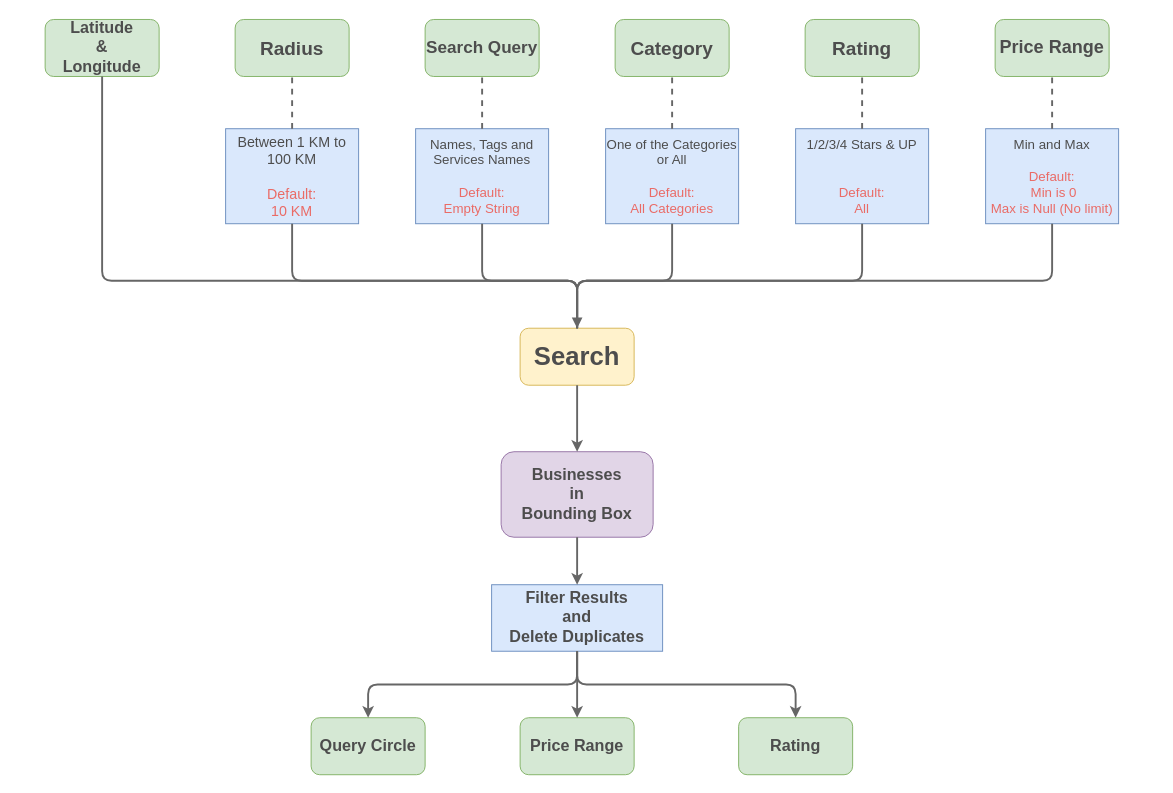
Above: Presentation/Diagrams/Search.drawio in mikimakmel/Simpliify (draw.io), before the change. Source tidied: cells renumbered, new cells numbered last; positions are measured from the earlier drawing's top-left corner, leaving out a move shared by most shapes. Both pictures are drawn from the tidied source at 95%, with x=0, y=0 at pixel (45, 19).
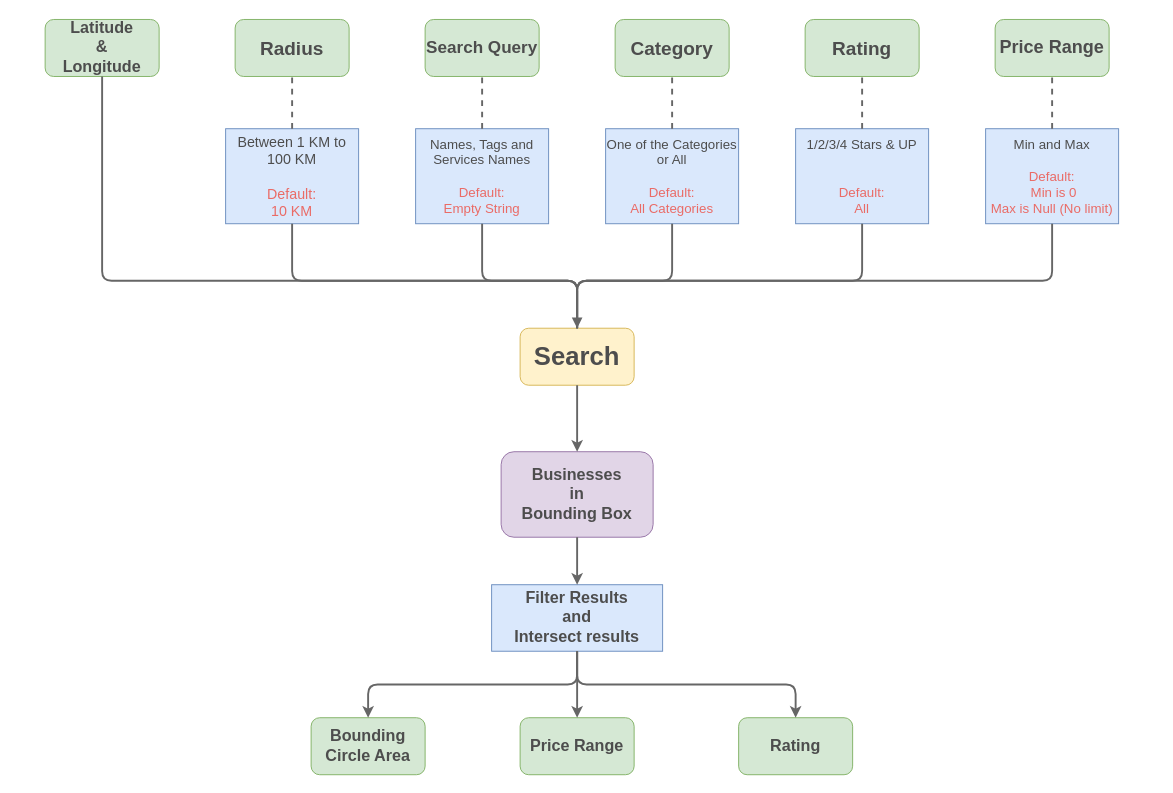
The same diagram, later.

Commit message (it also covers changes not shown here):
Diagrams cont.

What changed in the source:
```diff
@@
+    <mxCell id="35" style="rounded=0;whiteSpace=wrap;html=1;strokeColor=#FFFFFF;" parent="1" vertex="1">
+      <mxGeometry x="-30" y="-3" width="1200" height="800" as="geometry" />
+    </mxCell>
@@
-    <mxCell id="27" value="&lt;font color=&quot;#4d4d4d&quot;&gt;&lt;span style=&quot;font-size: 17px&quot;&gt;&lt;b&gt;Query Circle&lt;/b&gt;&lt;/span&gt;&lt;/font&gt;" style="rounded=1;whiteSpace=wrap;html=1;fillColor=#d5e8d4;strokeColor=#82b366;" parent="1" vertex="1">
+    <mxCell id="27" value="&lt;font color=&quot;#4d4d4d&quot;&gt;&lt;span style=&quot;font-size: 17px&quot;&gt;&lt;b&gt;Bounding Circle Area&lt;/b&gt;&lt;/span&gt;&lt;/font&gt;" style="rounded=1;whiteSpace=wrap;html=1;fillColor=#d5e8d4;strokeColor=#82b366;" parent="1" vertex="1">
       <mxGeometry x="280" y="735" width="120" height="60" as="geometry" />
     </mxCell>
@@
-    <mxCell id="30" value="&lt;font color=&quot;#4d4d4d&quot; size=&quot;1&quot;&gt;&lt;b style=&quot;font-size: 17px&quot;&gt;Filter Results&lt;br&gt;and&lt;br&gt;Delete Duplicates&lt;br&gt;&lt;/b&gt;&lt;/font&gt;" style="rounded=0;whiteSpace=wrap;html=1;fillColor=#dae8fc;strokeColor=#6c8ebf;" parent="1" vertex="1">
+    <mxCell id="30" value="&lt;font color=&quot;#4d4d4d&quot; size=&quot;1&quot;&gt;&lt;b style=&quot;font-size: 17px&quot;&gt;Filter Results&lt;br&gt;and&lt;br&gt;Intersect results&lt;br&gt;&lt;/b&gt;&lt;/font&gt;" style="rounded=0;whiteSpace=wrap;html=1;fillColor=#dae8fc;strokeColor=#6c8ebf;" parent="1" vertex="1">
       <mxGeometry x="470" y="595" width="180" height="70" as="geometry" />
     </mxCell>
```
